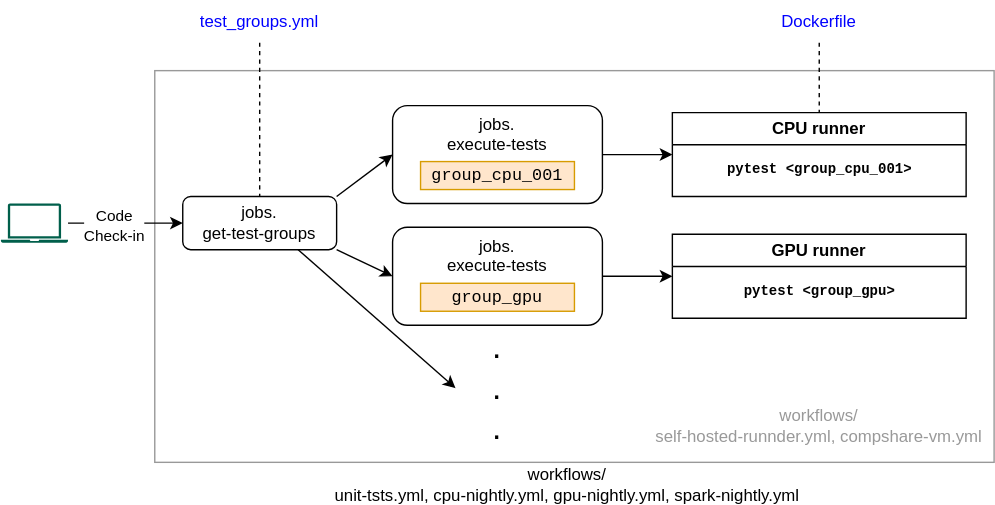
recommenders-team/recommenders keeps this draw.io diagram as tests/github-actions-tests.svg. Above is the earlier version. Source tidied: cells renumbered, new cells last; positions are measured from the earlier drawing's top-left corner, leaving out a move shared by most shapes.
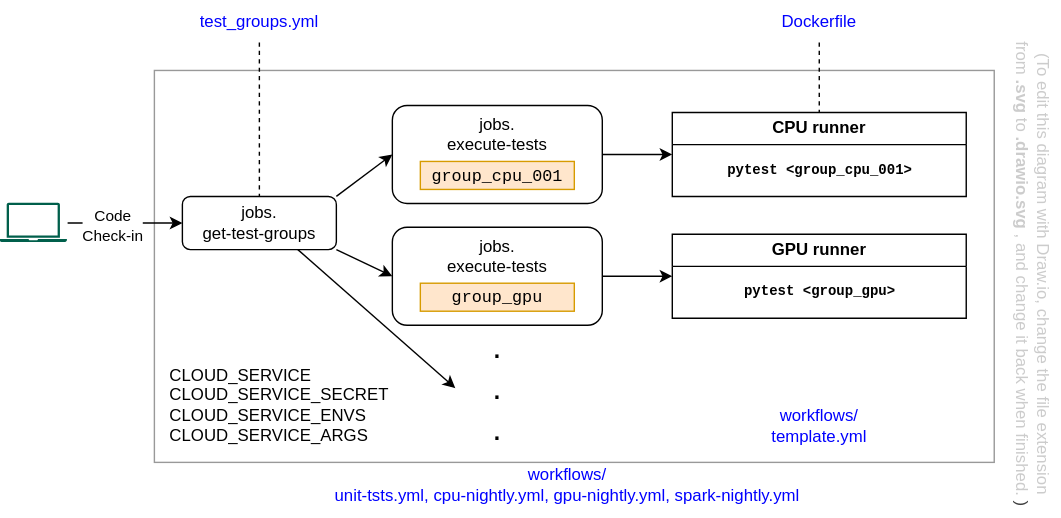
After the change.

Change to the diagram source:
```diff
@@ -77,11 +77,17 @@
     <mxCell id="26" value=".&lt;div&gt;.&lt;/div&gt;&lt;div&gt;.&lt;/div&gt;" style="text;html=1;align=center;verticalAlign=middle;whiteSpace=wrap;rounded=0;fontSize=24;" parent="1" vertex="1">
       <mxGeometry x="325" y="227" width="60" height="100" as="geometry" />
     </mxCell>
-    <mxCell id="27" value="&lt;font style=&quot;color: rgb(153, 153, 153);&quot;&gt;workflows/&lt;/font&gt;&lt;div&gt;&lt;font style=&quot;color: rgb(153, 153, 153);&quot;&gt;self-hosted-runnder.yml, compshare-vm.yml&lt;/font&gt;&lt;/div&gt;" style="text;html=1;align=center;verticalAlign=middle;whiteSpace=wrap;rounded=0;fontColor=#999999;" parent="1" vertex="1">
+    <mxCell id="27" value="&lt;font style=&quot;color: rgb(0, 0, 255);&quot;&gt;workflows/&lt;/font&gt;&lt;div&gt;&lt;font style=&quot;color: rgb(0, 0, 255);&quot;&gt;template.yml&lt;/font&gt;&lt;/div&gt;" style="text;html=1;align=center;verticalAlign=middle;whiteSpace=wrap;rounded=0;fontColor=#0000FF;" parent="1" vertex="1">
       <mxGeometry x="460" y="280" width="250" height="48" as="geometry" />
     </mxCell>
-    <mxCell id="28" value="workflows/&lt;div&gt;unit-tsts.yml, cpu-nightly.yml, gpu-nightly.yml, spark-nightly.yml&lt;/div&gt;" style="text;html=1;align=center;verticalAlign=middle;whiteSpace=wrap;rounded=0;" parent="1" vertex="1">
+    <mxCell id="28" value="&lt;font style=&quot;color: rgb(0, 0, 255);&quot;&gt;workflows/&lt;/font&gt;&lt;div&gt;&lt;font style=&quot;color: rgb(0, 0, 255);&quot;&gt;unit-tsts.yml, cpu-nightly.yml, gpu-nightly.yml, spark-nightly.yml&lt;/font&gt;&lt;/div&gt;" style="text;html=1;align=center;verticalAlign=middle;whiteSpace=wrap;rounded=0;fontColor=#0000FF;" parent="1" vertex="1">
       <mxGeometry x="210" y="331" width="390" height="30" as="geometry" />
     </mxCell>
+    <mxCell id="29" value="&lt;font style=&quot;color: rgb(204, 204, 204);&quot;&gt;(To edit this diagram with Draw.io, change the file extension&lt;/font&gt;&lt;div&gt;&lt;font style=&quot;color: rgb(204, 204, 204);&quot;&gt;from &lt;b&gt;.svg&lt;/b&gt; to &lt;b&gt;.drawio.svg&lt;/b&gt;, and change it back when finished.&lt;span style=&quot;background-color: transparent; color: rgb(63, 63, 63);&quot;&gt;)&lt;/span&gt;&lt;/font&gt;&lt;/div&gt;" style="text;html=1;align=center;verticalAlign=middle;strokeColor=none;fillColor=none;rotation=90;" parent="1" vertex="1">
+      <mxGeometry x="563" y="175" width="350" height="40" as="geometry" />
+    </mxCell>
+    <mxCell id="30" value="CLOUD_SERVICE&lt;div&gt;CLOUD_SERVICE_SECRET&lt;/div&gt;&lt;div&gt;CLOUD_SERVICE_ENVS&lt;/div&gt;&lt;div style=&quot;&quot;&gt;CLOUD_SERVICE_ARGS&lt;/div&gt;" style="text;html=1;align=left;verticalAlign=middle;strokeColor=none;fillColor=none;" parent="1" vertex="1">
+      <mxGeometry x="119" y="254" width="180" height="70" as="geometry" />
+    </mxCell>
   </root>
 </mxGraphModel>
```
